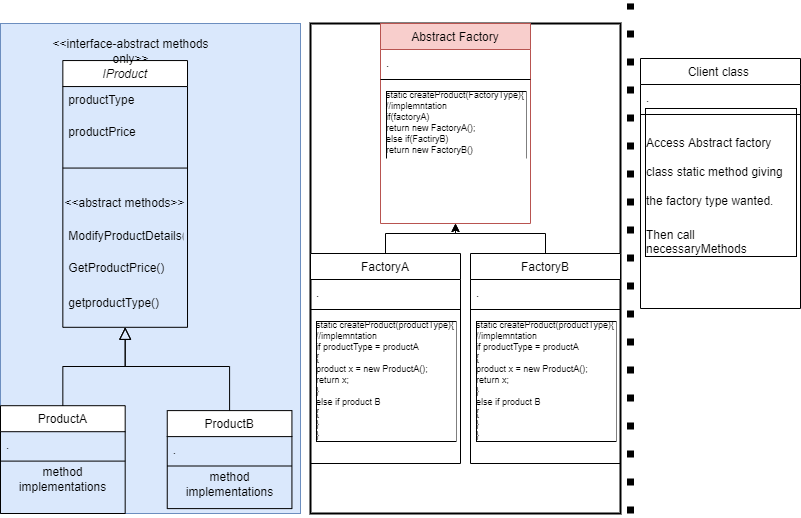
The draw.io diagram AbstractFactoryDesignPattern.drawio.png in janwangx/Design-Patterns, before a commit. Source tidied: cells renumbered, new cells last; positions are measured from the earlier drawing's top-left corner, leaving out a move shared by most shapes.
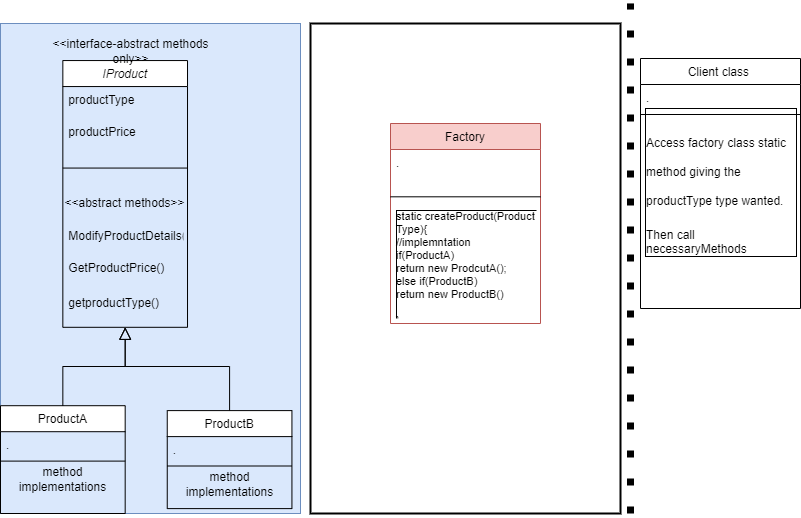
The same file after the commit.

The edit, as a diff of the source:
```diff
@@ -11,7 +11,7 @@
     <mxCell id="4" style="line;html=1;strokeWidth=1;align=left;verticalAlign=middle;spacingTop=-1;spacingLeft=3;spacingRight=3;labelPosition=right;" parent="2" vertex="1">
       <mxGeometry y="52" width="160" height="8" as="geometry" />
     </mxCell>
-    <mxCell id="5" value="&lt;h1&gt;&lt;span style=&quot;font-size: 12px ; font-weight: 400 ; text-align: center&quot;&gt;Access Abstract factory class static method giving the factory type wanted.&lt;/span&gt;&lt;br&gt;&lt;/h1&gt;&lt;div&gt;&lt;span style=&quot;font-size: 12px ; font-weight: 400 ; text-align: center&quot;&gt;Then call necessaryMethods&lt;/span&gt;&lt;/div&gt;" style="text;html=1;strokeColor=none;fillColor=none;spacing=5;spacingTop=-20;whiteSpace=wrap;overflow=hidden;rounded=0;labelBorderColor=default;fontColor=#000000;" parent="2" vertex="1">
+    <mxCell id="5" value="&lt;h1&gt;&lt;span style=&quot;font-size: 12px ; font-weight: 400 ; text-align: center&quot;&gt;Access factory class static method giving the productType type wanted.&lt;/span&gt;&lt;br&gt;&lt;/h1&gt;&lt;div&gt;&lt;span style=&quot;font-size: 12px ; font-weight: 400 ; text-align: center&quot;&gt;Then call necessaryMethods&lt;/span&gt;&lt;/div&gt;" style="text;html=1;strokeColor=none;fillColor=none;spacing=5;spacingTop=-20;whiteSpace=wrap;overflow=hidden;rounded=0;labelBorderColor=default;fontColor=#000000;" parent="2" vertex="1">
       <mxGeometry y="60" width="160" height="160" as="geometry" />
     </mxCell>
     <mxCell id="6" style="endArrow=none;dashed=1;html=1;dashPattern=1 3;strokeWidth=7;rounded=0;fontColor=#000000;strokeColor=#000000;" parent="1" edge="1">
@@ -109,53 +109,20 @@
     <mxCell id="29" style="group;strokeWidth=2;strokeColor=default;" parent="1" vertex="1">
       <mxGeometry x="310" y="20" width="310" height="490" as="geometry" />
     </mxCell>
-    <mxCell id="30" value="Abstract Factory" style="swimlane;fontStyle=0;align=center;verticalAlign=top;horizontal=1;startSize=26;rounded=0;shadow=0;strokeWidth=1;strokeColor=#b85450;fillColor=#f8cecc;" parent="29" vertex="1">
-      <mxGeometry x="70" width="150" height="200" as="geometry" />
+    <mxCell id="30" value="Factory" style="swimlane;fontStyle=0;align=center;verticalAlign=top;horizontal=1;startSize=26;rounded=0;shadow=0;strokeWidth=1;strokeColor=#b85450;fillColor=#f8cecc;" parent="1" vertex="1">
+      <mxGeometry x="390" y="120" width="150" height="200" as="geometry" />
     </mxCell>
     <mxCell id="31" style="group;" parent="30" vertex="1">
-      <mxGeometry y="26" width="150" height="104" as="geometry" />
+      <mxGeometry y="26" width="150" height="164" as="geometry" />
     </mxCell>
     <mxCell id="32" value="." style="text;align=left;verticalAlign=top;spacingLeft=4;spacingRight=4;overflow=hidden;" parent="31" vertex="1">
-      <mxGeometry width="150" height="26" as="geometry" />
+      <mxGeometry width="150" height="41" as="geometry" />
     </mxCell>
     <mxCell id="33" style="line;html=1;strokeWidth=1;align=left;verticalAlign=middle;spacingTop=-1;spacingLeft=3;spacingRight=3;labelPosition=right;" parent="31" vertex="1">
-      <mxGeometry y="26" width="150" height="8" as="geometry" />
+      <mxGeometry y="41" width="150" height="12.6" as="geometry" />
     </mxCell>
-    <mxCell id="34" value="static createProduct(FactoryType){&#10;//implemntation&#10;if(factoryA)&#10;return new FactoryA();&#10;else if(FactiryB)&#10;return new FactoryB()&#10;&#10;}" style="text;align=left;verticalAlign=top;spacingLeft=4;spacingRight=4;overflow=hidden;labelBorderColor=default;fontSize=9;" parent="31" vertex="1">
-      <mxGeometry y="34" width="150" height="70" as="geometry" />
+    <mxCell id="34" value="static createProduct(Product&#10;Type){&#10;//implemntation&#10;if(ProductA)&#10;return new ProdcutA();&#10;else if(ProductB)&#10;return new ProductB()&#10;&#10;}" style="text;align=left;verticalAlign=top;spacingLeft=4;spacingRight=4;overflow=hidden;labelBorderColor=default;fontSize=11;strokeWidth=2;" parent="31" vertex="1">
+      <mxGeometry y="53.6" width="150" height="110.4" as="geometry" />
     </mxCell>
-    <mxCell id="35" style="group;" parent="29" vertex="1">
-      <mxGeometry y="230" width="310" height="260" as="geometry" />
-    </mxCell>
-    <mxCell id="36" value="FactoryA" style="swimlane;fontStyle=0;align=center;verticalAlign=top;horizontal=1;startSize=26;rounded=0;shadow=0;strokeWidth=1;" parent="35" vertex="1">
-      <mxGeometry width="150" height="210" as="geometry" />
-    </mxCell>
-    <mxCell id="37" value="." style="text;align=left;verticalAlign=top;spacingLeft=4;spacingRight=4;overflow=hidden;" parent="36" vertex="1">
-      <mxGeometry y="26" width="150" height="26" as="geometry" />
-    </mxCell>
-    <mxCell id="38" style="line;html=1;strokeWidth=1;align=left;verticalAlign=middle;spacingTop=-1;spacingLeft=3;spacingRight=3;labelPosition=right;" parent="36" vertex="1">
-      <mxGeometry y="52" width="150" height="8" as="geometry" />
-    </mxCell>
-    <mxCell id="39" value="static createProduct(productType){&#10;//implemntation&#10;if productType = productA&#10;{&#10;product x = new ProductA();&#10;return x;&#10;}&#10;else if product B&#10;{&#10;}&#10;}" style="text;align=left;verticalAlign=top;spacingLeft=4;spacingRight=4;overflow=hidden;labelBorderColor=default;fontSize=9;" parent="36" vertex="1">
-      <mxGeometry y="60" width="150" height="140" as="geometry" />
-    </mxCell>
-    <mxCell id="40" value="FactoryB" style="swimlane;fontStyle=0;align=center;verticalAlign=top;horizontal=1;startSize=26;rounded=0;shadow=0;strokeWidth=1;" parent="35" vertex="1">
-      <mxGeometry x="160" width="150" height="210" as="geometry" />
-    </mxCell>
-    <mxCell id="41" value="." style="text;align=left;verticalAlign=top;spacingLeft=4;spacingRight=4;overflow=hidden;" parent="40" vertex="1">
-      <mxGeometry y="26" width="150" height="26" as="geometry" />
-    </mxCell>
-    <mxCell id="42" style="line;html=1;strokeWidth=1;align=left;verticalAlign=middle;spacingTop=-1;spacingLeft=3;spacingRight=3;labelPosition=right;" parent="40" vertex="1">
-      <mxGeometry y="52" width="150" height="8" as="geometry" />
-    </mxCell>
-    <mxCell id="43" value="static createProduct(productType){&#10;//implemntation&#10;if productType = productA&#10;{&#10;product x = new ProductA();&#10;return x;&#10;}&#10;else if product B&#10;{&#10;}&#10;}" style="text;align=left;verticalAlign=top;spacingLeft=4;spacingRight=4;overflow=hidden;labelBorderColor=default;fontSize=9;" parent="40" vertex="1">
-      <mxGeometry y="60" width="150" height="140" as="geometry" />
-    </mxCell>
-    <mxCell id="44" style="edgeStyle=orthogonalEdgeStyle;rounded=0;jettySize=auto;html=1;exitX=0.5;exitY=0;exitDx=0;exitDy=0;entryX=0.5;entryY=1;entryDx=0;entryDy=0;fontSize=9;fontColor=#FF3333;strokeWidth=1;" parent="29" edge="1" source="36" target="30">
-      <mxGeometry relative="1" as="geometry" />
-    </mxCell>
-    <mxCell id="45" style="edgeStyle=orthogonalEdgeStyle;rounded=0;jettySize=auto;html=1;entryX=0.5;entryY=1;entryDx=0;entryDy=0;fontSize=9;fontColor=#FF3333;strokeWidth=1;" parent="29" edge="1" source="40" target="30">
-      <mxGeometry relative="1" as="geometry" />
-    </mxCell>
   </root>
 </mxGraphModel>
```
